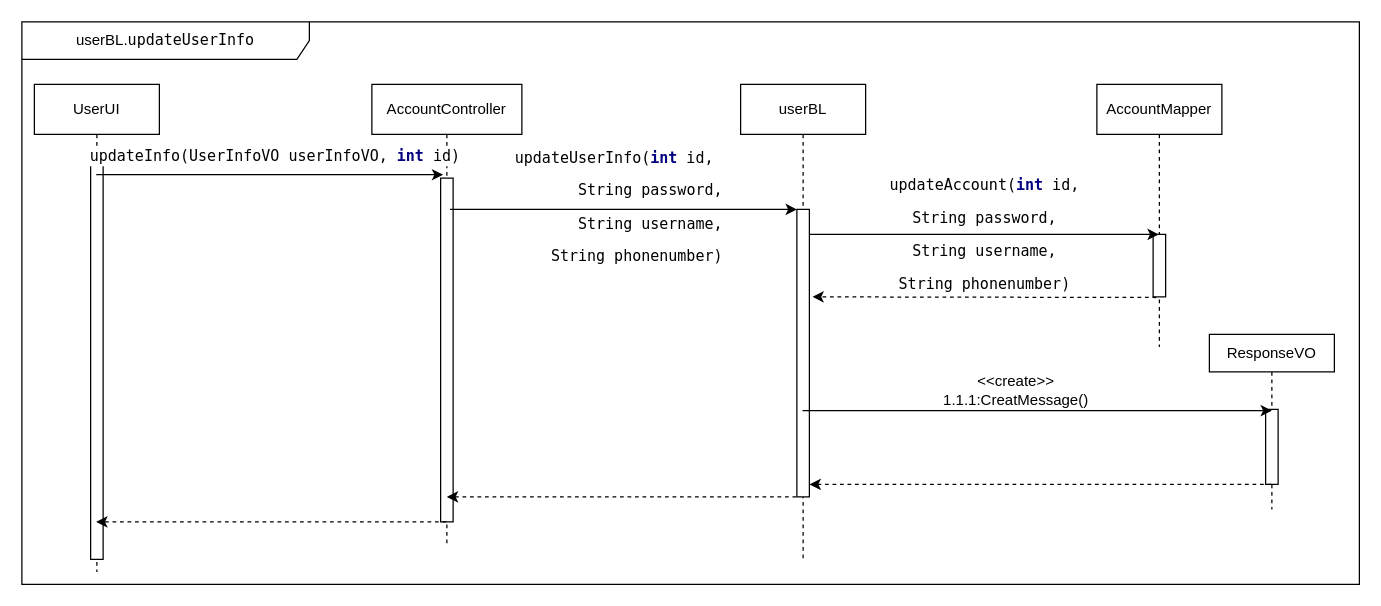
The draw.io diagram docs/详细设计描述文档/详细设计图/源文件/userBL/updateUserInfo.drawio in Cynyard999/hotel-booking-system, before the edit. Source tidied: cells renumbered, new cells numbered last; positions are measured from the earlier drawing's top-left corner, leaving out a move shared by most shapes. Both pictures are drawn from the tidied source at 125%, with x=0, y=0 at pixel (21, 21).
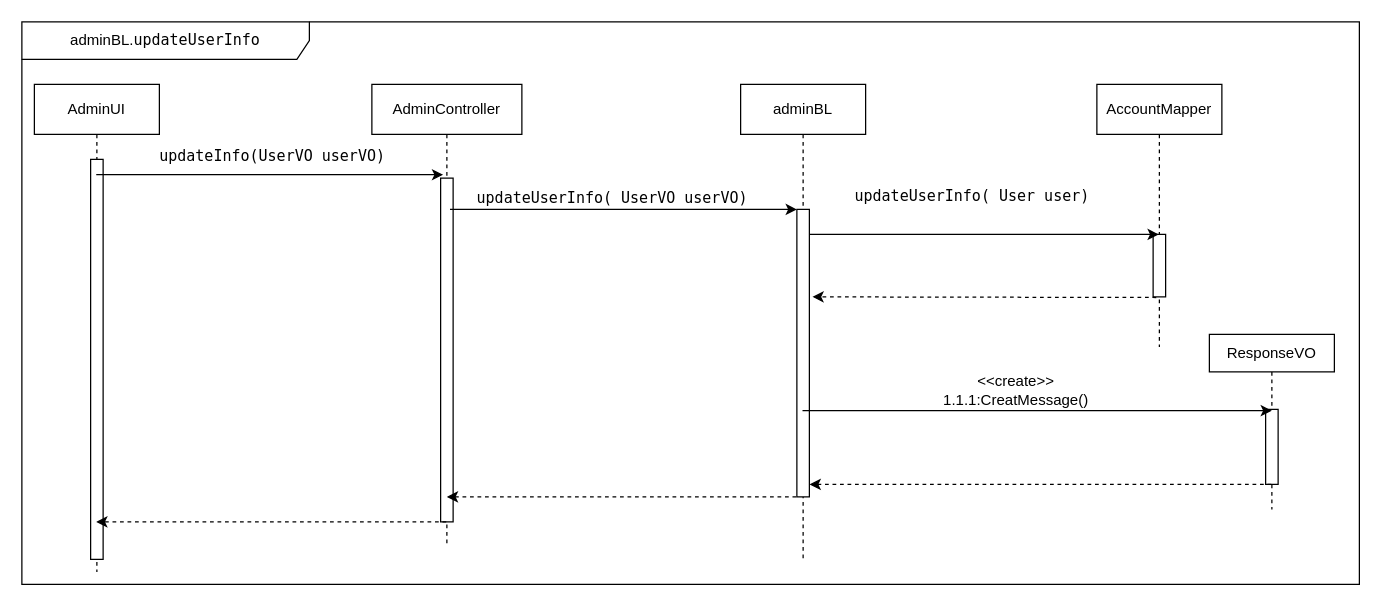
After the change.

Commit message:
doc: 修正了用例文档的目录

Diff of the diagram source:
```diff
@@
-    <mxCell id="2" value="userBL.&lt;font face=&quot;menlo&quot;&gt;updateUserInfo&lt;/font&gt;" style="shape=umlFrame;whiteSpace=wrap;html=1;labelBackgroundColor=none;width=230;height=30;" parent="1" vertex="1">
+    <mxCell id="2" value="adminBL.&lt;font face=&quot;menlo&quot;&gt;updateUserInfo&lt;/font&gt;" style="shape=umlFrame;whiteSpace=wrap;html=1;labelBackgroundColor=none;width=230;height=30;" parent="1" vertex="1">
       <mxGeometry width="1070" height="450" as="geometry" />
     </mxCell>
-    <mxCell id="3" value="UserUI" style="shape=umlLifeline;perimeter=lifelinePerimeter;whiteSpace=wrap;html=1;outlineConnect=0;" parent="1" vertex="1">
+    <mxCell id="3" value="AdminUI" style="shape=umlLifeline;perimeter=lifelinePerimeter;whiteSpace=wrap;html=1;outlineConnect=0;" parent="1" vertex="1">
       <mxGeometry x="10" y="50" width="100" height="390" as="geometry" />
     </mxCell>
@@
-    <mxCell id="5" value="AccountController" style="shape=umlLifeline;perimeter=lifelinePerimeter;whiteSpace=wrap;html=1;outlineConnect=0;" parent="1" vertex="1">
+    <mxCell id="5" value="AdminController" style="shape=umlLifeline;perimeter=lifelinePerimeter;whiteSpace=wrap;html=1;outlineConnect=0;" parent="1" vertex="1">
       <mxGeometry x="280" y="50" width="120" height="370" as="geometry" />
     </mxCell>
@@
-    <mxCell id="7" value="userBL" style="shape=umlLifeline;perimeter=lifelinePerimeter;whiteSpace=wrap;html=1;" parent="1" vertex="1">
+    <mxCell id="7" value="adminBL" style="shape=umlLifeline;perimeter=lifelinePerimeter;whiteSpace=wrap;html=1;" parent="1" vertex="1">
       <mxGeometry x="575" y="50" width="100" height="380" as="geometry" />
     </mxCell>
@@
-    <mxCell id="22" value="&lt;div style=&quot;text-align: justify ; font-size: 12px&quot;&gt;&lt;pre style=&quot;font-family: &amp;#34;menlo&amp;#34; ; font-size: 12px&quot;&gt;&lt;pre style=&quot;font-family: &amp;#34;menlo&amp;#34; ; font-size: 12px&quot;&gt;&lt;pre style=&quot;font-family: &amp;#34;menlo&amp;#34; ; font-size: 12px&quot;&gt;&lt;pre style=&quot;background-color: rgb(255 , 255 , 255) ; font-family: &amp;#34;menlo&amp;#34; ; font-size: 9pt&quot;&gt;updateInfo(UserInfoVO userInfoVO, &lt;span style=&quot;color: #000080 ; font-weight: bold&quot;&gt;int &lt;/span&gt;id)&lt;/pre&gt;&lt;/pre&gt;&lt;/pre&gt;&lt;/pre&gt;&lt;/div&gt;" style="text;html=1;align=right;verticalAlign=middle;labelBackgroundColor=none;fontSize=12;" parent="1" vertex="1">
-      <mxGeometry x="190" y="90" as="geometry">
+    <mxCell id="22" value="&lt;div style=&quot;text-align: justify ; font-size: 12px&quot;&gt;&lt;pre style=&quot;font-family: &amp;#34;menlo&amp;#34; ; font-size: 12px&quot;&gt;&lt;pre style=&quot;font-family: &amp;#34;menlo&amp;#34; ; font-size: 12px&quot;&gt;&lt;pre style=&quot;font-family: &amp;#34;menlo&amp;#34; ; font-size: 12px&quot;&gt;&lt;pre style=&quot;background-color: rgb(255 , 255 , 255) ; font-family: &amp;#34;menlo&amp;#34; ; font-size: 9pt&quot;&gt;updateInfo(UserVO userVO)&lt;/pre&gt;&lt;/pre&gt;&lt;/pre&gt;&lt;/pre&gt;&lt;/div&gt;" style="text;html=1;align=right;verticalAlign=middle;labelBackgroundColor=none;fontSize=12;" parent="1" vertex="1">
+      <mxGeometry x="130" y="90" as="geometry">
         <mxPoint x="160.5" y="17.8" as="offset" />
       </mxGeometry>
     </mxCell>
-    <mxCell id="23" value="&lt;div style=&quot;text-align: justify&quot;&gt;&lt;/div&gt;&lt;pre style=&quot;font-family: &amp;quot;menlo&amp;quot; ; font-size: 9pt&quot;&gt;&lt;pre style=&quot;font-family: &amp;quot;menlo&amp;quot; ; font-size: 9pt&quot;&gt;&lt;pre style=&quot;font-family: &amp;quot;menlo&amp;quot; ; font-size: 9pt&quot;&gt;&lt;pre style=&quot;font-family: menlo; font-size: 9pt;&quot;&gt;updateUserInfo(&lt;span style=&quot;color: #000080 ; font-weight: bold&quot;&gt;int &lt;/span&gt;id, &lt;/pre&gt;&lt;pre style=&quot;font-family: menlo; font-size: 9pt;&quot;&gt;String password,&lt;/pre&gt;&lt;pre style=&quot;font-family: menlo; font-size: 9pt;&quot;&gt;String username,&lt;/pre&gt;&lt;pre style=&quot;font-family: menlo; font-size: 9pt;&quot;&gt;String phonenumber)&lt;/pre&gt;&lt;/pre&gt;&lt;/pre&gt;&lt;/pre&gt;" style="text;html=1;align=right;verticalAlign=middle;labelBackgroundColor=none;" parent="1" vertex="1">
-      <mxGeometry x="360" y="150" as="geometry">
-        <mxPoint x="200.5" y="-2.2" as="offset" />
+    <mxCell id="23" value="&lt;div style=&quot;text-align: justify&quot;&gt;&lt;/div&gt;&lt;pre style=&quot;font-family: &amp;#34;menlo&amp;#34; ; font-size: 9pt&quot;&gt;&lt;pre style=&quot;font-family: &amp;#34;menlo&amp;#34; ; font-size: 9pt&quot;&gt;&lt;pre style=&quot;font-family: &amp;#34;menlo&amp;#34; ; font-size: 9pt&quot;&gt;&lt;pre style=&quot;font-family: &amp;#34;menlo&amp;#34; ; font-size: 9pt&quot;&gt;updateUserInfo( UserVO userVO)&lt;/pre&gt;&lt;/pre&gt;&lt;/pre&gt;&lt;/pre&gt;" style="text;html=1;align=right;verticalAlign=middle;labelBackgroundColor=none;" parent="1" vertex="1">
+      <mxGeometry x="330" y="150" as="geometry">
+        <mxPoint x="250.5" y="-9.2" as="offset" />
       </mxGeometry>
     </mxCell>
-    <mxCell id="24" value="&lt;pre style=&quot;font-family: menlo; font-size: 9pt;&quot;&gt;&lt;pre style=&quot;font-family: &amp;quot;menlo&amp;quot; ; font-size: 9pt&quot;&gt;&lt;pre style=&quot;font-family: &amp;quot;menlo&amp;quot; ; font-size: 9pt&quot;&gt;&lt;pre style=&quot;font-family: &amp;quot;menlo&amp;quot; ; font-size: 9pt&quot;&gt;updateAccount(&lt;span style=&quot;color: #000080 ; font-weight: bold&quot;&gt;int &lt;/span&gt;id,&lt;/pre&gt;&lt;pre style=&quot;font-family: &amp;quot;menlo&amp;quot; ; font-size: 9pt&quot;&gt;String password,&lt;/pre&gt;&lt;pre style=&quot;font-family: &amp;quot;menlo&amp;quot; ; font-size: 9pt&quot;&gt;String username,&lt;/pre&gt;&lt;pre style=&quot;font-family: &amp;quot;menlo&amp;quot; ; font-size: 9pt&quot;&gt;String phonenumber)&lt;/pre&gt;&lt;/pre&gt;&lt;/pre&gt;&lt;/pre&gt;" style="text;html=1;align=center;verticalAlign=middle;labelBackgroundColor=none;" parent="1" vertex="1">
-      <mxGeometry x="685" y="110" width="170" height="120" as="geometry" />
+    <mxCell id="24" value="&lt;pre style=&quot;font-family: &amp;#34;menlo&amp;#34; ; font-size: 9pt&quot;&gt;&lt;pre style=&quot;font-family: &amp;#34;menlo&amp;#34; ; font-size: 9pt&quot;&gt;&lt;pre style=&quot;font-family: &amp;#34;menlo&amp;#34; ; font-size: 9pt&quot;&gt;&lt;pre style=&quot;font-family: &amp;#34;menlo&amp;#34; ; font-size: 9pt&quot;&gt;&lt;pre style=&quot;font-size: 9pt ; text-align: right ; font-family: &amp;#34;menlo&amp;#34;&quot;&gt;updateUserInfo( User user)&lt;/pre&gt;&lt;/pre&gt;&lt;/pre&gt;&lt;/pre&gt;&lt;/pre&gt;" style="text;html=1;align=center;verticalAlign=middle;labelBackgroundColor=none;" parent="1" vertex="1">
+      <mxGeometry x="675" y="120" width="170" height="40" as="geometry" />
     </mxCell>
```
